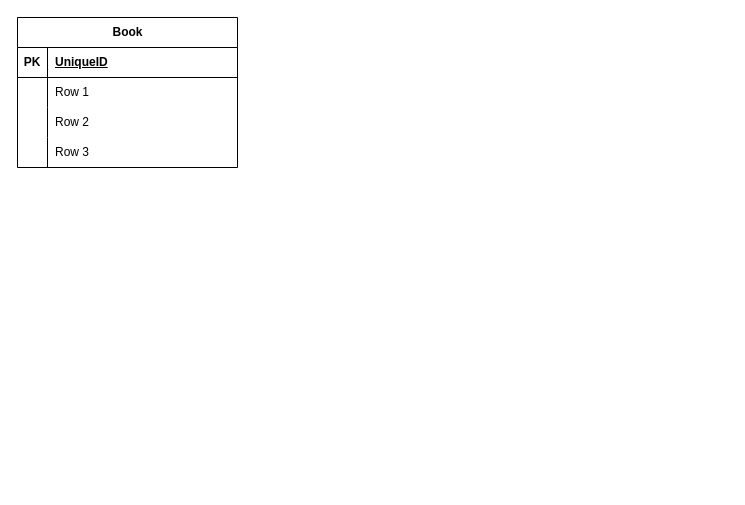
Above: ERD.drawio in s-medalha/Data-Management (draw.io), before the change. Source tidied: cells renumbered, new cells numbered last; positions are measured from the earlier drawing's top-left corner, leaving out a move shared by most shapes. Both pictures are drawn from the tidied source at 100%, with x=0, y=0 at pixel (17, 17).
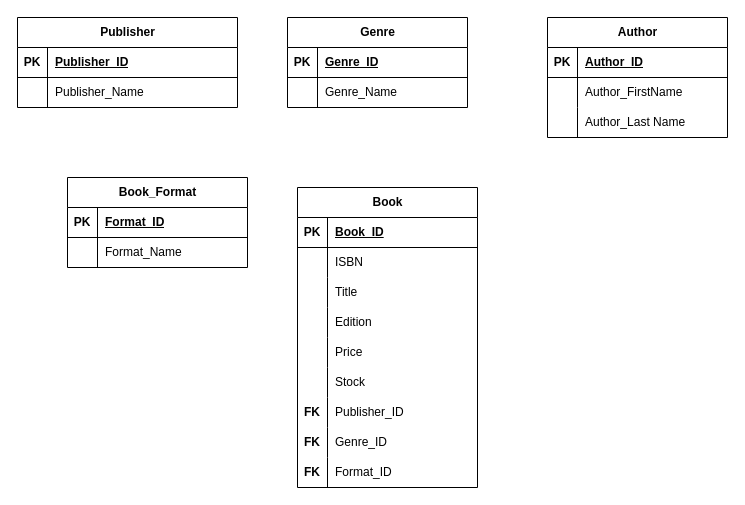
The same diagram, later.

The change refers to these unchanged cells:
```xml
<mxCell id="3" style="shape=tableRow;horizontal=0;startSize=0;swimlaneHead=0;swimlaneBody=0;fillColor=none;points=[[0,0.5],[1,0.5]];portConstraint=eastwest;top=0;left=0;right=0;bottom=1;" parent="2" vertex="1">
  <mxGeometry y="30" width="220" height="30" as="geometry" />
</mxCell>
<mxCell id="6" style="shape=tableRow;horizontal=0;startSize=0;swimlaneHead=0;swimlaneBody=0;fillColor=none;top=0;left=0;right=0;bottom=0;" parent="2" vertex="1">
  <mxGeometry y="60" width="220" height="30" as="geometry" />
</mxCell>
```

Change to the diagram source:
```diff
@@
-    <mxCell id="2" value="Book" style="shape=table;startSize=30;childLayout=tableLayout;rowLines=0;fontStyle=1;align=center;html=1;" parent="1" vertex="1">
-      <mxGeometry width="220" height="150" as="geometry" />
+    <mxCell id="2" value="Publisher" style="shape=table;startSize=30;childLayout=tableLayout;rowLines=0;fontStyle=1;align=center;html=1;" parent="1" vertex="1">
+      <mxGeometry width="220" height="90" as="geometry" />
     </mxCell>
@@
-    <mxCell id="5" value="UniqueID" style="shape=partialRectangle;fillColor=none;top=0;left=0;bottom=0;right=0;align=left;spacingLeft=6;fontStyle=5;overflow=hidden;whiteSpace=wrap;html=1;" parent="3" vertex="1">
+    <mxCell id="5" value="Publisher_ID" style="shape=partialRectangle;fillColor=none;top=0;left=0;bottom=0;right=0;align=left;spacingLeft=6;fontStyle=5;overflow=hidden;whiteSpace=wrap;html=1;" parent="3" vertex="1">
       <mxGeometry x="30" width="190" height="30" as="geometry" />
     </mxCell>
@@
-    <mxCell id="8" value="Row 1" style="shape=partialRectangle;fillColor=none;top=0;left=0;bottom=0;right=0;align=left;spacingLeft=6;overflow=hidden;whiteSpace=wrap;html=1;" parent="6" vertex="1">
+    <mxCell id="8" value="Publisher_Name" style="shape=partialRectangle;fillColor=none;top=0;left=0;bottom=0;right=0;align=left;spacingLeft=6;overflow=hidden;whiteSpace=wrap;html=1;" parent="6" vertex="1">
       <mxGeometry x="30" width="190" height="30" as="geometry" />
     </mxCell>
-    <mxCell id="9" style="shape=tableRow;horizontal=0;startSize=0;swimlaneHead=0;swimlaneBody=0;fillColor=none;top=0;left=0;right=0;bottom=0;" parent="2" vertex="1">
-      <mxGeometry y="90" width="220" height="30" as="geometry" />
-    </mxCell>
-    <mxCell id="10" style="shape=partialRectangle;fillColor=none;top=0;left=0;bottom=0;right=0;overflow=hidden;whiteSpace=wrap;html=1;" parent="9" vertex="1">
-      <mxGeometry width="30" height="30" as="geometry" />
-    </mxCell>
-    <mxCell id="11" value="Row 2" style="shape=partialRectangle;fillColor=none;top=0;left=0;bottom=0;right=0;align=left;spacingLeft=6;overflow=hidden;whiteSpace=wrap;html=1;" parent="9" vertex="1">
-      <mxGeometry x="30" width="190" height="30" as="geometry" />
-    </mxCell>
-    <mxCell id="12" style="shape=tableRow;horizontal=0;startSize=0;swimlaneHead=0;swimlaneBody=0;fillColor=none;top=0;left=0;right=0;bottom=0;" parent="2" vertex="1">
-      <mxGeometry y="120" width="220" height="30" as="geometry" />
-    </mxCell>
-    <mxCell id="13" style="shape=partialRectangle;fillColor=none;top=0;left=0;bottom=0;right=0;overflow=hidden;whiteSpace=wrap;html=1;" parent="12" vertex="1">
-      <mxGeometry width="30" height="30" as="geometry" />
-    </mxCell>
-    <mxCell id="14" value="Row 3" style="shape=partialRectangle;fillColor=none;top=0;left=0;bottom=0;right=0;align=left;spacingLeft=6;overflow=hidden;whiteSpace=wrap;html=1;" parent="12" vertex="1">
-      <mxGeometry x="30" width="190" height="30" as="geometry" />
-    </mxCell>
+    <mxCell id="15" style="edgeStyle=orthogonalEdgeStyle;rounded=0;jettySize=auto;html=1;exitX=1;exitY=0.5;exitDx=0;exitDy=0;entryX=1;entryY=0.5;entryDx=0;entryDy=0;" parent="2" edge="1" source="2" target="3">
+      <mxGeometry relative="1" as="geometry" />
+    </mxCell>
+    <mxCell id="16" value="Genre" style="shape=table;startSize=30;childLayout=tableLayout;rowLines=0;fontStyle=1;align=center;html=1;" parent="1" vertex="1">
+      <mxGeometry x="270" width="180" height="90" as="geometry" />
+    </mxCell>
+    <mxCell id="17" style="shape=tableRow;horizontal=0;startSize=0;swimlaneHead=0;swimlaneBody=0;fillColor=none;top=0;left=0;right=0;bottom=1;" parent="16" vertex="1">
+      <mxGeometry y="30" width="180" height="30" as="geometry" />
+    </mxCell>
+    <mxCell id="18" value="PK" style="shape=partialRectangle;fillColor=none;top=0;left=0;bottom=0;right=0;fontStyle=1;overflow=hidden;whiteSpace=wrap;html=1;" parent="17" vertex="1">
+      <mxGeometry width="30" height="30" as="geometry" />
+    </mxCell>
+    <mxCell id="19" value="Genre_ID" style="shape=partialRectangle;fillColor=none;top=0;left=0;bottom=0;right=0;align=left;spacingLeft=6;fontStyle=5;overflow=hidden;whiteSpace=wrap;html=1;" parent="17" vertex="1">
+      <mxGeometry x="30" width="150" height="30" as="geometry" />
+    </mxCell>
+    <mxCell id="20" style="shape=tableRow;horizontal=0;startSize=0;swimlaneHead=0;swimlaneBody=0;fillColor=none;top=0;left=0;right=0;bottom=0;" parent="16" vertex="1">
+      <mxGeometry y="60" width="180" height="30" as="geometry" />
+    </mxCell>
+    <mxCell id="21" style="shape=partialRectangle;fillColor=none;top=0;left=0;bottom=0;right=0;overflow=hidden;whiteSpace=wrap;html=1;" parent="20" vertex="1">
+      <mxGeometry width="30" height="30" as="geometry" />
+    </mxCell>
+    <mxCell id="22" value="Genre_Name" style="shape=partialRectangle;fillColor=none;top=0;left=0;bottom=0;right=0;align=left;spacingLeft=6;overflow=hidden;whiteSpace=wrap;html=1;" parent="20" vertex="1">
+      <mxGeometry x="30" width="150" height="30" as="geometry" />
+    </mxCell>
+    <mxCell id="23" value="Author" style="shape=table;startSize=30;childLayout=tableLayout;rowLines=0;fontStyle=1;align=center;html=1;" parent="1" vertex="1">
+      <mxGeometry x="530" width="180" height="120" as="geometry" />
+    </mxCell>
+    <mxCell id="24" style="shape=tableRow;horizontal=0;startSize=0;swimlaneHead=0;swimlaneBody=0;fillColor=none;top=0;left=0;right=0;bottom=1;" parent="23" vertex="1">
+      <mxGeometry y="30" width="180" height="30" as="geometry" />
+    </mxCell>
+    <mxCell id="25" value="PK" style="shape=partialRectangle;fillColor=none;top=0;left=0;bottom=0;right=0;fontStyle=1;overflow=hidden;whiteSpace=wrap;html=1;" parent="24" vertex="1">
+      <mxGeometry width="30" height="30" as="geometry" />
+    </mxCell>
+    <mxCell id="26" value="Author_ID" style="shape=partialRectangle;fillColor=none;top=0;left=0;bottom=0;right=0;align=left;spacingLeft=6;fontStyle=5;overflow=hidden;whiteSpace=wrap;html=1;" parent="24" vertex="1">
+      <mxGeometry x="30" width="150" height="30" as="geometry" />
+    </mxCell>
+    <mxCell id="27" style="shape=tableRow;horizontal=0;startSize=0;swimlaneHead=0;swimlaneBody=0;fillColor=none;top=0;left=0;right=0;bottom=0;" parent="23" vertex="1">
+      <mxGeometry y="60" width="180" height="30" as="geometry" />
+    </mxCell>
+    <mxCell id="28" style="shape=partialRectangle;fillColor=none;top=0;left=0;bottom=0;right=0;overflow=hidden;whiteSpace=wrap;html=1;" parent="27" vertex="1">
+      <mxGeometry width="30" height="30" as="geometry" />
+    </mxCell>
+    <mxCell id="29" value="Author_FirstName" style="shape=partialRectangle;fillColor=none;top=0;left=0;bottom=0;right=0;align=left;spacingLeft=6;overflow=hidden;whiteSpace=wrap;html=1;" parent="27" vertex="1">
+      <mxGeometry x="30" width="150" height="30" as="geometry" />
+    </mxCell>
+    <mxCell id="30" style="shape=tableRow;horizontal=0;startSize=0;swimlaneHead=0;swimlaneBody=0;fillColor=none;top=0;left=0;right=0;bottom=0;" parent="23" vertex="1">
+      <mxGeometry y="90" width="180" height="30" as="geometry" />
+    </mxCell>
+    <mxCell id="31" style="shape=partialRectangle;fillColor=none;top=0;left=0;bottom=0;right=0;overflow=hidden;whiteSpace=wrap;html=1;" parent="30" vertex="1">
+      <mxGeometry width="30" height="30" as="geometry" />
+    </mxCell>
+    <mxCell id="32" value="Author_Last Name" style="shape=partialRectangle;fillColor=none;top=0;left=0;bottom=0;right=0;align=left;spacingLeft=6;overflow=hidden;whiteSpace=wrap;html=1;" parent="30" vertex="1">
+      <mxGeometry x="30" width="150" height="30" as="geometry" />
+    </mxCell>
+    <mxCell id="33" value="Book_Format" style="shape=table;startSize=30;childLayout=tableLayout;rowLines=0;fontStyle=1;align=center;html=1;" parent="1" vertex="1">
+      <mxGeometry x="50" y="160" width="180" height="90" as="geometry" />
+    </mxCell>
+    <mxCell id="34" style="shape=tableRow;horizontal=0;startSize=0;swimlaneHead=0;swimlaneBody=0;fillColor=none;top=0;left=0;right=0;bottom=1;" parent="33" vertex="1">
+      <mxGeometry y="30" width="180" height="30" as="geometry" />
+    </mxCell>
+    <mxCell id="35" value="PK" style="shape=partialRectangle;fillColor=none;top=0;left=0;bottom=0;right=0;fontStyle=1;overflow=hidden;whiteSpace=wrap;html=1;" parent="34" vertex="1">
+      <mxGeometry width="30" height="30" as="geometry" />
+    </mxCell>
+    <mxCell id="36" value="Format_ID" style="shape=partialRectangle;fillColor=none;top=0;left=0;bottom=0;right=0;align=left;spacingLeft=6;fontStyle=5;overflow=hidden;whiteSpace=wrap;html=1;" parent="34" vertex="1">
+      <mxGeometry x="30" width="150" height="30" as="geometry" />
+    </mxCell>
+    <mxCell id="37" style="shape=tableRow;horizontal=0;startSize=0;swimlaneHead=0;swimlaneBody=0;fillColor=none;top=0;left=0;right=0;bottom=0;" parent="33" vertex="1">
+      <mxGeometry y="60" width="180" height="30" as="geometry" />
+    </mxCell>
+    <mxCell id="38" style="shape=partialRectangle;fillColor=none;top=0;left=0;bottom=0;right=0;overflow=hidden;whiteSpace=wrap;html=1;" parent="37" vertex="1">
+      <mxGeometry width="30" height="30" as="geometry" />
+    </mxCell>
+    <mxCell id="39" value="Format_Name" style="shape=partialRectangle;fillColor=none;top=0;left=0;bottom=0;right=0;align=left;spacingLeft=6;overflow=hidden;whiteSpace=wrap;html=1;" parent="37" vertex="1">
+      <mxGeometry x="30" width="150" height="30" as="geometry" />
+    </mxCell>
+    <mxCell id="40" value="Book" style="shape=table;startSize=30;childLayout=tableLayout;rowLines=0;fontStyle=1;align=center;html=1;" parent="1" vertex="1">
+      <mxGeometry x="280" y="170" width="180" height="300" as="geometry" />
+    </mxCell>
+    <mxCell id="41" style="shape=tableRow;horizontal=0;startSize=0;swimlaneHead=0;swimlaneBody=0;fillColor=none;top=0;left=0;right=0;bottom=1;" parent="40" vertex="1">
+      <mxGeometry y="30" width="180" height="30" as="geometry" />
+    </mxCell>
+    <mxCell id="42" value="PK" style="shape=partialRectangle;fillColor=none;top=0;left=0;bottom=0;right=0;fontStyle=1;overflow=hidden;whiteSpace=wrap;html=1;" parent="41" vertex="1">
+      <mxGeometry width="30" height="30" as="geometry" />
+    </mxCell>
+    <mxCell id="43" value="Book_ID" style="shape=partialRectangle;fillColor=none;top=0;left=0;bottom=0;right=0;align=left;spacingLeft=6;fontStyle=5;overflow=hidden;whiteSpace=wrap;html=1;" parent="41" vertex="1">
+      <mxGeometry x="30" width="150" height="30" as="geometry" />
+    </mxCell>
+    <mxCell id="44" style="shape=tableRow;horizontal=0;startSize=0;swimlaneHead=0;swimlaneBody=0;fillColor=none;top=0;left=0;right=0;bottom=0;" parent="40" vertex="1">
+      <mxGeometry y="60" width="180" height="30" as="geometry" />
+    </mxCell>
+    <mxCell id="45" style="shape=partialRectangle;fillColor=none;top=0;left=0;bottom=0;right=0;overflow=hidden;whiteSpace=wrap;html=1;" parent="44" vertex="1">
+      <mxGeometry width="30" height="30" as="geometry" />
+    </mxCell>
+    <mxCell id="46" value="ISBN" style="shape=partialRectangle;fillColor=none;top=0;left=0;bottom=0;right=0;align=left;spacingLeft=6;overflow=hidden;whiteSpace=wrap;html=1;" parent="44" vertex="1">
+      <mxGeometry x="30" width="150" height="30" as="geometry" />
+    </mxCell>
+    <mxCell id="47" style="shape=tableRow;horizontal=0;startSize=0;swimlaneHead=0;swimlaneBody=0;fillColor=none;top=0;left=0;right=0;bottom=0;" parent="40" vertex="1">
+      <mxGeometry y="90" width="180" height="30" as="geometry" />
+    </mxCell>
+    <mxCell id="48" style="shape=partialRectangle;fillColor=none;top=0;left=0;bottom=0;right=0;overflow=hidden;whiteSpace=wrap;html=1;" parent="47" vertex="1">
+      <mxGeometry width="30" height="30" as="geometry" />
+    </mxCell>
+    <mxCell id="49" value="Title" style="shape=partialRectangle;fillColor=none;top=0;left=0;bottom=0;right=0;align=left;spacingLeft=6;overflow=hidden;whiteSpace=wrap;html=1;" parent="47" vertex="1">
+      <mxGeometry x="30" width="150" height="30" as="geometry" />
+    </mxCell>
+    <mxCell id="50" style="shape=tableRow;horizontal=0;startSize=0;swimlaneHead=0;swimlaneBody=0;fillColor=none;top=0;left=0;right=0;bottom=0;" parent="40" vertex="1">
+      <mxGeometry y="120" width="180" height="30" as="geometry" />
+    </mxCell>
+    <mxCell id="51" style="shape=partialRectangle;fillColor=none;top=0;left=0;bottom=0;right=0;overflow=hidden;whiteSpace=wrap;html=1;" parent="50" vertex="1">
+      <mxGeometry width="30" height="30" as="geometry" />
+    </mxCell>
+    <mxCell id="52" value="Edition" style="shape=partialRectangle;fillColor=none;top=0;left=0;bottom=0;right=0;align=left;spacingLeft=6;overflow=hidden;whiteSpace=wrap;html=1;" parent="50" vertex="1">
+      <mxGeometry x="30" width="150" height="30" as="geometry" />
+    </mxCell>
+    <mxCell id="53" style="shape=tableRow;horizontal=0;startSize=0;swimlaneHead=0;swimlaneBody=0;fillColor=none;top=0;left=0;right=0;bottom=0;" parent="40" vertex="1">
+      <mxGeometry y="150" width="180" height="30" as="geometry" />
+    </mxCell>
+    <mxCell id="54" style="shape=partialRectangle;fillColor=none;top=0;left=0;bottom=0;right=0;overflow=hidden;whiteSpace=wrap;html=1;" parent="53" vertex="1">
+      <mxGeometry width="30" height="30" as="geometry" />
+    </mxCell>
+    <mxCell id="55" value="Price" style="shape=partialRectangle;fillColor=none;top=0;left=0;bottom=0;right=0;align=left;spacingLeft=6;overflow=hidden;whiteSpace=wrap;html=1;" parent="53" vertex="1">
+      <mxGeometry x="30" width="150" height="30" as="geometry" />
+    </mxCell>
+    <mxCell id="56" style="shape=tableRow;horizontal=0;startSize=0;swimlaneHead=0;swimlaneBody=0;fillColor=none;top=0;left=0;right=0;bottom=0;" parent="40" vertex="1">
+      <mxGeometry y="180" width="180" height="30" as="geometry" />
+    </mxCell>
+    <mxCell id="57" style="shape=partialRectangle;fillColor=none;top=0;left=0;bottom=0;right=0;overflow=hidden;whiteSpace=wrap;html=1;" parent="56" vertex="1">
+      <mxGeometry width="30" height="30" as="geometry" />
+    </mxCell>
+    <mxCell id="58" value="Stock" style="shape=partialRectangle;fillColor=none;top=0;left=0;bottom=0;right=0;align=left;spacingLeft=6;overflow=hidden;whiteSpace=wrap;html=1;" parent="56" vertex="1">
+      <mxGeometry x="30" width="150" height="30" as="geometry" />
+    </mxCell>
+    <mxCell id="59" style="shape=tableRow;horizontal=0;startSize=0;swimlaneHead=0;swimlaneBody=0;fillColor=none;top=0;left=0;right=0;bottom=0;" parent="40" vertex="1">
+      <mxGeometry y="210" width="180" height="30" as="geometry" />
+    </mxCell>
+    <mxCell id="60" value="FK" style="shape=partialRectangle;fillColor=none;top=0;left=0;bottom=0;right=0;overflow=hidden;whiteSpace=wrap;html=1;fontStyle=1;" parent="59" vertex="1">
+      <mxGeometry width="30" height="30" as="geometry" />
+    </mxCell>
+    <mxCell id="61" value="Publisher_ID" style="shape=partialRectangle;fillColor=none;top=0;left=0;bottom=0;right=0;align=left;spacingLeft=6;overflow=hidden;whiteSpace=wrap;html=1;" parent="59" vertex="1">
+      <mxGeometry x="30" width="150" height="30" as="geometry" />
+    </mxCell>
+    <mxCell id="62" style="shape=tableRow;horizontal=0;startSize=0;swimlaneHead=0;swimlaneBody=0;fillColor=none;top=0;left=0;right=0;bottom=0;" parent="40" vertex="1">
+      <mxGeometry y="240" width="180" height="30" as="geometry" />
+    </mxCell>
+    <mxCell id="63" value="FK" style="shape=partialRectangle;fillColor=none;top=0;left=0;bottom=0;right=0;overflow=hidden;whiteSpace=wrap;html=1;fontStyle=1;" parent="62" vertex="1">
+      <mxGeometry width="30" height="30" as="geometry" />
+    </mxCell>
+    <mxCell id="64" value="Genre_ID" style="shape=partialRectangle;fillColor=none;top=0;left=0;bottom=0;right=0;align=left;spacingLeft=6;overflow=hidden;whiteSpace=wrap;html=1;" parent="62" vertex="1">
+      <mxGeometry x="30" width="150" height="30" as="geometry" />
+    </mxCell>
+    <mxCell id="65" style="shape=tableRow;horizontal=0;startSize=0;swimlaneHead=0;swimlaneBody=0;fillColor=none;top=0;left=0;right=0;bottom=0;" parent="40" vertex="1">
+      <mxGeometry y="270" width="180" height="30" as="geometry" />
+    </mxCell>
+    <mxCell id="66" value="FK" style="shape=partialRectangle;fillColor=none;top=0;left=0;bottom=0;right=0;overflow=hidden;whiteSpace=wrap;html=1;fontStyle=1;" parent="65" vertex="1">
+      <mxGeometry width="30" height="30" as="geometry" />
+    </mxCell>
+    <mxCell id="67" value="Format_ID" style="shape=partialRectangle;fillColor=none;top=0;left=0;bottom=0;right=0;align=left;spacingLeft=6;overflow=hidden;whiteSpace=wrap;html=1;" parent="65" vertex="1">
+      <mxGeometry x="30" width="150" height="30" as="geometry" />
+    </mxCell>
```
